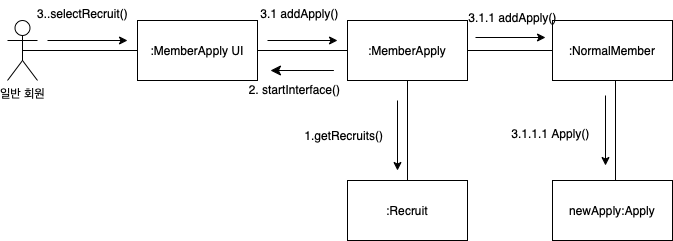
Before: 과제2/김형석/communication Diagram/지원하기.drawio.png, a diagram exported from draw.io (dongtimes2/SW_ENG_2023). Source tidied: cells renumbered, new cells last; positions are measured from the earlier drawing's top-left corner, leaving out a move shared by most shapes.
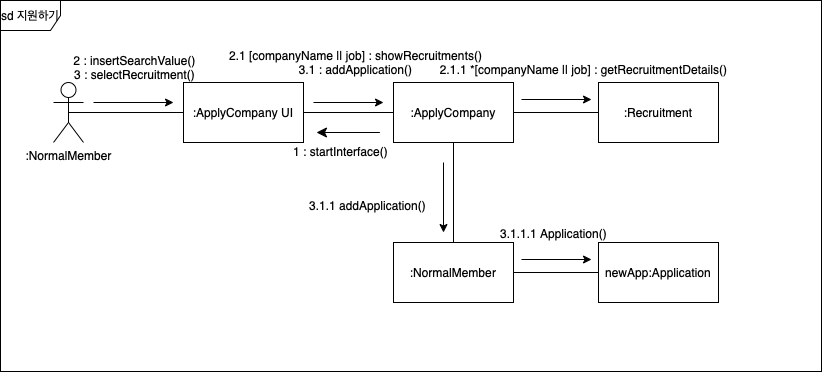
After the commit.

The edit, as a diff of the source:
```diff
@@ -2,16 +2,16 @@
   <root>
     <mxCell id="0" />
     <mxCell id="1" parent="0" />
-    <mxCell id="2" value="일반 회원" style="shape=umlActor;verticalLabelPosition=bottom;verticalAlign=top;html=1;outlineConnect=0;" parent="1" vertex="1">
+    <mxCell id="2" value=":NormalMember" style="shape=umlActor;verticalLabelPosition=bottom;verticalAlign=top;html=1;outlineConnect=0;" parent="1" vertex="1">
       <mxGeometry y="20" width="30" height="60" as="geometry" />
     </mxCell>
-    <mxCell id="3" value=":Recruit" style="rounded=0;whiteSpace=wrap;html=1;" parent="1" vertex="1">
+    <mxCell id="3" value=":NormalMember" style="rounded=0;whiteSpace=wrap;html=1;" parent="1" vertex="1">
       <mxGeometry x="340" y="180" width="120" height="60" as="geometry" />
     </mxCell>
-    <mxCell id="4" value=":MemberApply" style="rounded=0;whiteSpace=wrap;html=1;" parent="1" vertex="1">
+    <mxCell id="4" value=":ApplyCompany" style="rounded=0;whiteSpace=wrap;html=1;" parent="1" vertex="1">
       <mxGeometry x="340" y="20" width="120" height="60" as="geometry" />
     </mxCell>
-    <mxCell id="5" value=":MemberApply UI" style="rounded=0;whiteSpace=wrap;html=1;" parent="1" vertex="1">
+    <mxCell id="5" value=":ApplyCompany UI" style="rounded=0;whiteSpace=wrap;html=1;" parent="1" vertex="1">
       <mxGeometry x="130" y="20" width="120" height="60" as="geometry" />
     </mxCell>
     <mxCell id="6" style="endArrow=none;html=1;rounded=0;exitX=0.5;exitY=0.5;exitDx=0;exitDy=0;exitPerimeter=0;entryX=0;entryY=0.5;entryDx=0;entryDy=0;" parent="1" edge="1" source="2" target="5">
@@ -29,8 +29,8 @@
         <mxPoint x="390" y="170" as="targetPoint" />
       </mxGeometry>
     </mxCell>
-    <mxCell id="10" value="1.getRecruits()&amp;nbsp;" style="text;html=1;align=center;verticalAlign=middle;strokeColor=none;fillColor=none;" parent="1" vertex="1">
-      <mxGeometry x="288" y="122" width="100" height="26" as="geometry" />
+    <mxCell id="10" value="2.1.1 *[companyName || job] : getRecruitmentDetails()" style="text;html=1;align=center;verticalAlign=middle;strokeColor=none;fillColor=none;" parent="1" vertex="1">
+      <mxGeometry x="377" y="-6" width="305" height="26" as="geometry" />
     </mxCell>
     <mxCell id="11" style="endArrow=classic;html=1;rounded=0;" parent="1" edge="1">
       <mxGeometry relative="1" as="geometry">
@@ -44,11 +44,11 @@
         <mxPoint x="330" y="40" as="targetPoint" />
       </mxGeometry>
     </mxCell>
-    <mxCell id="13" value="3.1 addApply()" style="text;html=1;align=center;verticalAlign=middle;strokeColor=none;fillColor=none;" parent="1" vertex="1">
-      <mxGeometry x="244" width="96" height="26" as="geometry" />
+    <mxCell id="13" value="2.1 [companyName || job] : showRecruitments()&lt;br&gt;3.1 : addApplication()" style="text;html=1;align=center;verticalAlign=middle;strokeColor=none;fillColor=none;" parent="1" vertex="1">
+      <mxGeometry x="166" y="-20" width="271" height="40" as="geometry" />
     </mxCell>
-    <mxCell id="14" value="3..selectRecruit()" style="text;html=1;align=center;verticalAlign=middle;strokeColor=none;fillColor=none;" parent="1" vertex="1">
-      <mxGeometry x="20" width="109" height="26" as="geometry" />
+    <mxCell id="14" value="2 : insertSearchValue()&lt;br&gt;3 : selectRecruitment()" style="text;html=1;align=center;verticalAlign=middle;strokeColor=none;fillColor=none;" parent="1" vertex="1">
+      <mxGeometry x="11" y="-15" width="140" height="40" as="geometry" />
     </mxCell>
     <mxCell id="15" style="endArrow=classic;html=1;rounded=0;fontSize=12;startSize=8;endSize=8;curved=1;" parent="1" edge="1">
       <mxGeometry relative="1" as="geometry">
@@ -56,10 +56,10 @@
         <mxPoint x="263" y="70" as="targetPoint" />
       </mxGeometry>
     </mxCell>
-    <mxCell id="16" value="&lt;font style=&quot;font-size: 12px;&quot;&gt;2. startInterface()&lt;/font&gt;" style="text;html=1;align=center;verticalAlign=middle;strokeColor=none;fillColor=none;fontSize=16;" parent="1" vertex="1">
-      <mxGeometry x="232" y="73" width="109" height="31" as="geometry" />
+    <mxCell id="16" value="&lt;font style=&quot;font-size: 12px;&quot;&gt;1 : startInterface()&lt;/font&gt;" style="text;html=1;align=center;verticalAlign=middle;strokeColor=none;fillColor=none;fontSize=16;" parent="1" vertex="1">
+      <mxGeometry x="230" y="73" width="113" height="31" as="geometry" />
     </mxCell>
-    <mxCell id="17" value="&lt;span style=&quot;font-size: 12px;&quot;&gt;:NormalMember&lt;/span&gt;" style="rounded=0;whiteSpace=wrap;html=1;fontSize=16;" parent="1" vertex="1">
+    <mxCell id="17" value="&lt;span style=&quot;font-size: 12px;&quot;&gt;:Recruitment&lt;/span&gt;" style="rounded=0;whiteSpace=wrap;html=1;fontSize=16;" parent="1" vertex="1">
       <mxGeometry x="545" y="20" width="120" height="60" as="geometry" />
     </mxCell>
     <mxCell id="18" style="endArrow=none;html=1;rounded=0;exitX=1;exitY=0.5;exitDx=0;exitDy=0;entryX=0;entryY=0.5;entryDx=0;entryDy=0;" parent="1" edge="1" source="4" target="17">
@@ -71,26 +71,26 @@
         <mxPoint x="538" y="37" as="targetPoint" />
       </mxGeometry>
     </mxCell>
-    <mxCell id="20" value="&lt;font style=&quot;font-size: 12px;&quot;&gt;newApply:Apply&lt;/font&gt;" style="rounded=0;whiteSpace=wrap;html=1;fontSize=16;" parent="1" vertex="1">
+    <mxCell id="20" value="&lt;font style=&quot;font-size: 12px;&quot;&gt;newApp:Application&lt;/font&gt;" style="rounded=0;whiteSpace=wrap;html=1;fontSize=16;" parent="1" vertex="1">
       <mxGeometry x="545" y="180" width="120" height="60" as="geometry" />
     </mxCell>
-    <mxCell id="21" style="endArrow=none;html=1;rounded=0;entryX=0.5;entryY=1;entryDx=0;entryDy=0;exitX=0.5;exitY=0;exitDx=0;exitDy=0;" parent="1" edge="1">
-      <mxGeometry relative="1" as="geometry">
-        <mxPoint x="608" y="180" as="sourcePoint" />
-        <mxPoint x="608" y="80" as="targetPoint" />
-      </mxGeometry>
-    </mxCell>
-    <mxCell id="22" style="endArrow=classic;html=1;rounded=0;" parent="1" edge="1">
-      <mxGeometry relative="1" as="geometry">
-        <mxPoint x="598" y="95" as="sourcePoint" />
-        <mxPoint x="598" y="165" as="targetPoint" />
-      </mxGeometry>
-    </mxCell>
-    <mxCell id="23" value="&lt;font style=&quot;font-size: 12px;&quot;&gt;3.1.1 addApply()&lt;/font&gt;" style="text;html=1;align=center;verticalAlign=middle;strokeColor=none;fillColor=none;fontSize=16;" parent="1" vertex="1">
-      <mxGeometry x="452" y="1" width="106" height="31" as="geometry" />
+    <mxCell id="23" value="&lt;font style=&quot;font-size: 12px;&quot;&gt;3.1.1 addApplication()&lt;/font&gt;" style="text;html=1;align=center;verticalAlign=middle;strokeColor=none;fillColor=none;fontSize=16;" parent="1" vertex="1">
+      <mxGeometry x="246" y="127" width="135" height="31" as="geometry" />
     </mxCell>
-    <mxCell id="24" value="&lt;font style=&quot;font-size: 12px;&quot;&gt;3.1.1.1 Apply()&lt;/font&gt;" style="text;html=1;align=center;verticalAlign=middle;strokeColor=none;fillColor=none;fontSize=16;" parent="1" vertex="1">
-      <mxGeometry x="495" y="117" width="96" height="31" as="geometry" />
+    <mxCell id="24" value="&lt;font style=&quot;font-size: 12px;&quot;&gt;3.1.1.1 Application()&lt;/font&gt;" style="text;html=1;align=center;verticalAlign=middle;strokeColor=none;fillColor=none;fontSize=16;" parent="1" vertex="1">
+      <mxGeometry x="437" y="155" width="125" height="31" as="geometry" />
     </mxCell>
+    <mxCell id="25" style="endArrow=none;html=1;rounded=0;exitX=1;exitY=0.5;exitDx=0;exitDy=0;entryX=0;entryY=0.5;entryDx=0;entryDy=0;" parent="1" edge="1" source="3" target="20">
+      <mxGeometry relative="1" as="geometry" />
+    </mxCell>
+    <mxCell id="26" style="endArrow=classic;html=1;rounded=0;" parent="1" edge="1">
+      <mxGeometry relative="1" as="geometry">
+        <mxPoint x="468" y="197" as="sourcePoint" />
+        <mxPoint x="538" y="197" as="targetPoint" />
+      </mxGeometry>
+    </mxCell>
+    <mxCell id="27" value="sd 지원하기" style="shape=umlFrame;whiteSpace=wrap;html=1;" parent="1" vertex="1">
+      <mxGeometry x="-53" y="-62" width="821" height="371" as="geometry" />
+    </mxCell>
   </root>
 </mxGraphModel>
```
